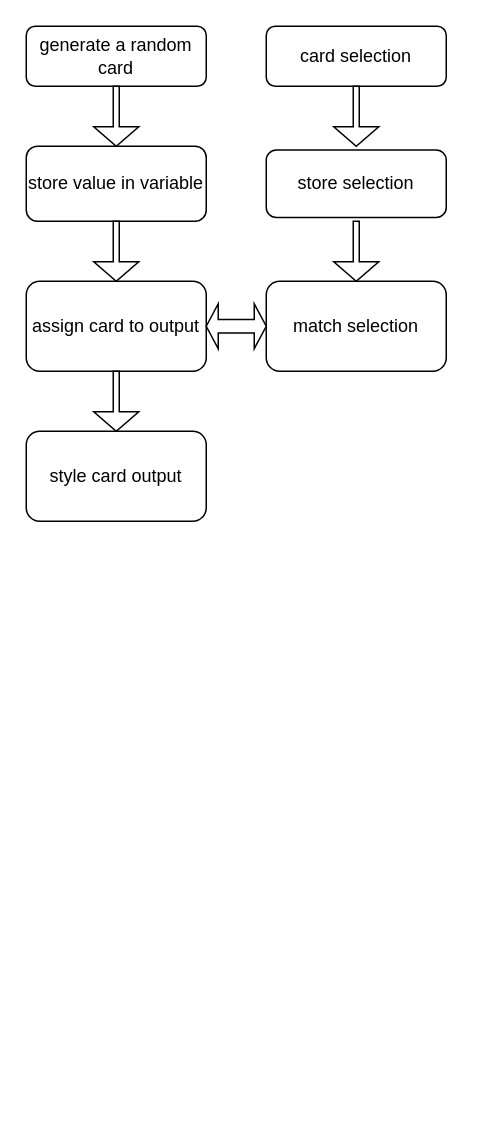
Before: Untitled Diagram.drawio in Berriano/PickaCard, a draw.io diagram. Source tidied: cells renumbered, new cells numbered last; positions are measured from the earlier drawing's top-left corner, leaving out a move shared by most shapes. Both pictures are drawn from the tidied source at 150%, with x=0, y=0 at pixel (26, 26).
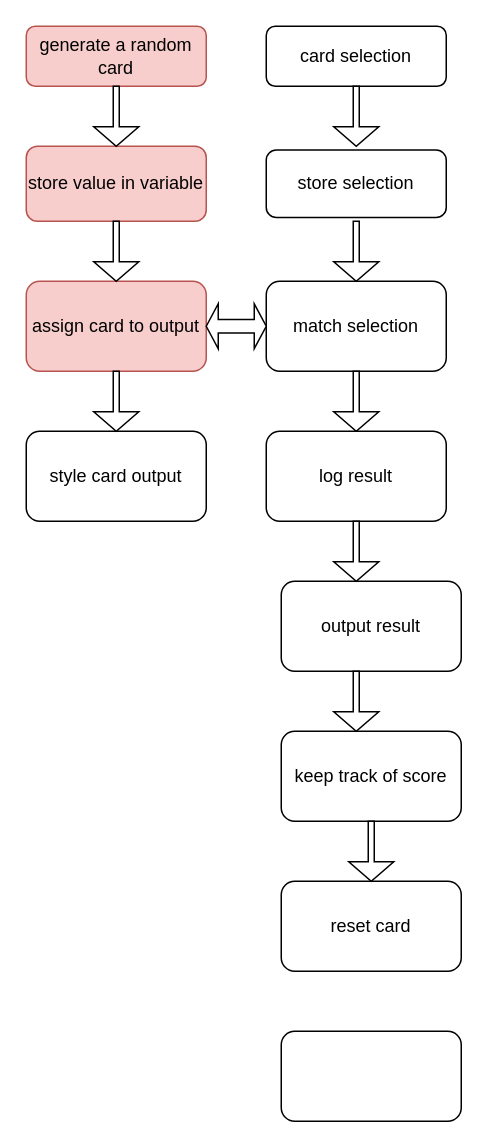
The same diagram, later.

The edit, as a diff of the source:
```diff
@@
-    <mxCell id="2" value="generate a random card" style="rounded=1;whiteSpace=wrap;html=1;fontSize=12;glass=0;strokeWidth=1;shadow=0;" parent="1" vertex="1">
+    <mxCell id="2" value="generate a random card" style="rounded=1;whiteSpace=wrap;html=1;fontSize=12;glass=0;strokeWidth=1;shadow=0;fillColor=#f8cecc;strokeColor=#b85450;" parent="1" vertex="1">
       <mxGeometry width="120" height="40" as="geometry" />
     </mxCell>
-    <mxCell id="3" value="assign card to output" style="rounded=1;whiteSpace=wrap;html=1;fontSize=12;glass=0;strokeWidth=1;shadow=0;" parent="1" vertex="1">
+    <mxCell id="3" value="assign card to output" style="rounded=1;whiteSpace=wrap;html=1;fontSize=12;glass=0;strokeWidth=1;shadow=0;fillColor=#f8cecc;strokeColor=#b85450;" parent="1" vertex="1">
       <mxGeometry y="170" width="120" height="60" as="geometry" />
     </mxCell>
-    <mxCell id="4" value="store value in variable" style="rounded=1;whiteSpace=wrap;html=1;fontSize=12;glass=0;strokeWidth=1;shadow=0;" parent="1" vertex="1">
+    <mxCell id="4" value="store value in variable" style="rounded=1;whiteSpace=wrap;html=1;fontSize=12;glass=0;strokeWidth=1;shadow=0;fillColor=#f8cecc;strokeColor=#b85450;" parent="1" vertex="1">
       <mxGeometry y="80" width="120" height="50" as="geometry" />
     </mxCell>
@@
+    <mxCell id="15" style="shape=singleArrow;direction=south;whiteSpace=wrap;html=1;arrowWidth=0.13333333333333333;arrowSize=0.325;" parent="1" vertex="1">
+      <mxGeometry x="205" y="230" width="30" height="40" as="geometry" />
+    </mxCell>
+    <mxCell id="16" value="log result" style="rounded=1;whiteSpace=wrap;html=1;fontSize=12;glass=0;strokeWidth=1;shadow=0;" parent="1" vertex="1">
+      <mxGeometry x="160" y="270" width="120" height="60" as="geometry" />
+    </mxCell>
+    <mxCell id="17" value="output result" style="rounded=1;whiteSpace=wrap;html=1;fontSize=12;glass=0;strokeWidth=1;shadow=0;" parent="1" vertex="1">
+      <mxGeometry x="170" y="370" width="120" height="60" as="geometry" />
+    </mxCell>
+    <mxCell id="18" value="reset card" style="rounded=1;whiteSpace=wrap;html=1;fontSize=12;glass=0;strokeWidth=1;shadow=0;" parent="1" vertex="1">
+      <mxGeometry x="170" y="570" width="120" height="60" as="geometry" />
+    </mxCell>
+    <mxCell id="19" value="&lt;br&gt;" style="rounded=1;whiteSpace=wrap;html=1;fontSize=12;glass=0;strokeWidth=1;shadow=0;" parent="1" vertex="1">
+      <mxGeometry x="170" y="670" width="120" height="60" as="geometry" />
+    </mxCell>
+    <mxCell id="20" value="keep track of score" style="rounded=1;whiteSpace=wrap;html=1;fontSize=12;glass=0;strokeWidth=1;shadow=0;" parent="1" vertex="1">
+      <mxGeometry x="170" y="470" width="120" height="60" as="geometry" />
+    </mxCell>
+    <mxCell id="21" style="shape=singleArrow;direction=south;whiteSpace=wrap;html=1;arrowWidth=0.13333333333333333;arrowSize=0.325;" parent="1" vertex="1">
+      <mxGeometry x="205" y="330" width="30" height="40" as="geometry" />
+    </mxCell>
+    <mxCell id="22" style="shape=singleArrow;direction=south;whiteSpace=wrap;html=1;arrowWidth=0.13333333333333333;arrowSize=0.325;" parent="1" vertex="1">
+      <mxGeometry x="205" y="430" width="30" height="40" as="geometry" />
+    </mxCell>
+    <mxCell id="23" style="shape=singleArrow;direction=south;whiteSpace=wrap;html=1;arrowWidth=0.13333333333333333;arrowSize=0.325;" parent="1" vertex="1">
+      <mxGeometry x="215" y="530" width="30" height="40" as="geometry" />
+    </mxCell>
```
